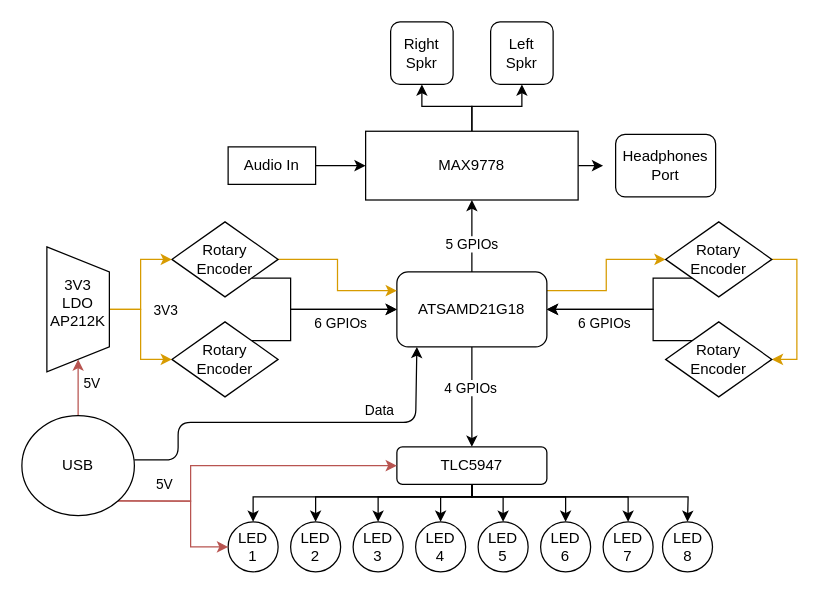
The draw.io diagram ArchitectureOverview.drawio in amohideen99/TheVolumeMixer, before the edit. Source tidied: cells renumbered, new cells numbered last; positions are measured from the earlier drawing's top-left corner, leaving out a move shared by most shapes. Both pictures are drawn from the tidied source at 125%, with x=0, y=0 at pixel (15, 21).
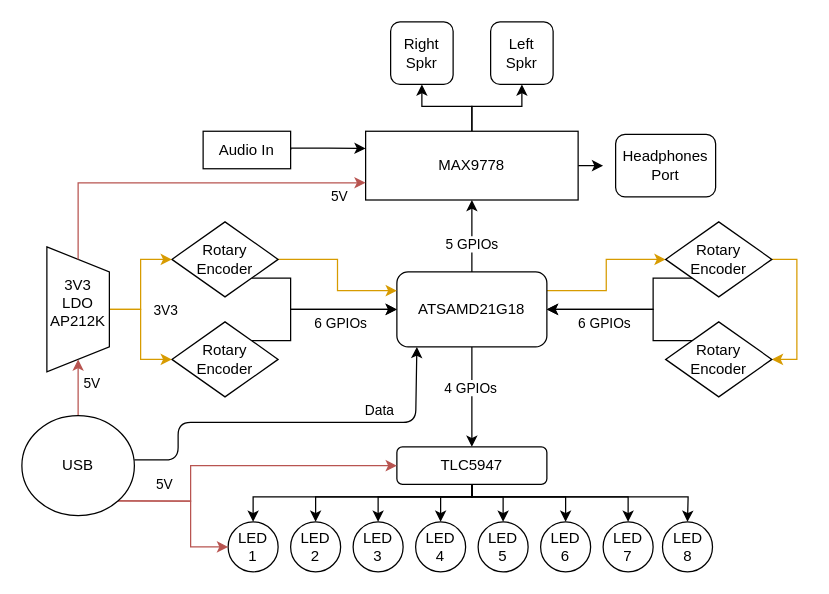
Above is the later version.

Commit message (it also covers changes not shown here):
updated ArchitectureOverview Diagram

Unchanged cells that the change refers to:
```xml
<mxCell id="7" value="MAX9778" style="rounded=0;whiteSpace=wrap;html=1;" parent="1" vertex="1">
  <mxGeometry x="280" y="87.5" width="170" height="55" as="geometry" />
</mxCell>
<mxCell id="49" style="shape=trapezoid;perimeter=trapezoidPerimeter;whiteSpace=wrap;html=1;fixedSize=1;rotation=90;" parent="1" vertex="1">
  <mxGeometry y="205" width="100" height="50" as="geometry" />
</mxCell>
```

What changed in the source:
```diff
@@
-    <mxCell id="2" style="edgeStyle=orthogonalEdgeStyle;rounded=0;jettySize=auto;html=1;exitX=1;exitY=0.5;exitDx=0;exitDy=0;" parent="1" edge="1" source="3">
+    <mxCell id="2" style="edgeStyle=orthogonalEdgeStyle;rounded=0;jettySize=auto;html=1;exitX=1;exitY=0.5;exitDx=0;exitDy=0;entryX=0;entryY=0.25;entryDx=0;entryDy=0;" parent="1" edge="1" source="3" target="7">
       <mxGeometry relative="1" as="geometry">
-        <mxPoint x="280" y="115" as="targetPoint" />
+        <Array as="points">
+          <mxPoint x="220" y="101" />
+          <mxPoint x="250" y="101" />
+        </Array>
       </mxGeometry>
     </mxCell>
     <mxCell id="3" value="Audio In" style="rounded=0;whiteSpace=wrap;html=1;" parent="1" vertex="1">
-      <mxGeometry x="170" y="100" width="70" height="30" as="geometry" />
+      <mxGeometry x="150" y="87.5" width="70" height="30" as="geometry" />
     </mxCell>
@@
+    <mxCell id="59" style="edgeStyle=orthogonalEdgeStyle;rounded=0;jettySize=auto;html=1;exitX=0;exitY=0.5;exitDx=0;exitDy=0;fontColor=#000000;entryX=0;entryY=0.75;entryDx=0;entryDy=0;fillColor=#f8cecc;strokeColor=#b85450;" parent="1" edge="1" source="49" target="7">
+      <mxGeometry relative="1" as="geometry">
+        <Array as="points">
+          <mxPoint x="50" y="129" />
+        </Array>
+      </mxGeometry>
+    </mxCell>
+    <mxCell id="60" value="5V" style="edgeLabel;html=1;align=center;verticalAlign=middle;fontColor=#000000;" parent="59" vertex="1">
+      <mxGeometry x="0.86" y="1" relative="1" as="geometry">
+        <mxPoint x="-1.2" y="12.2" as="offset" />
+      </mxGeometry>
+    </mxCell>
```
